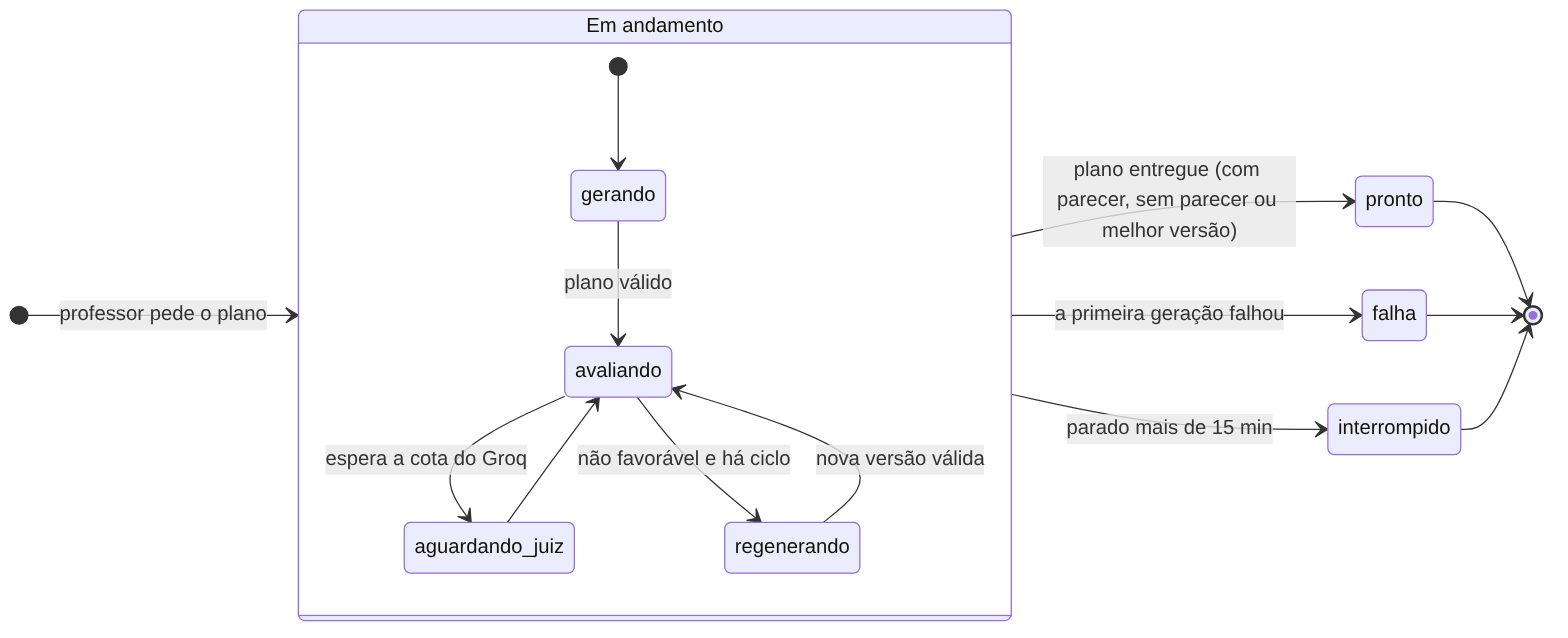
This is docs/diagramas/final/estados.png from Carneiro-Joao/tcc-plataforma-multiagente, a Mermaid export, as it was before one commit. Its source is kept beside it as docs/diagramas/final/estados.mmd. Source of this version:
```mermaid
stateDiagram-v2
    direction LR
    state "Em andamento" as andamento {
        [*] --> gerando
        gerando --> avaliando: plano válido
        avaliando --> aguardando_juiz: espera a cota do Groq
        aguardando_juiz --> avaliando
        avaliando --> regenerando: não favorável e há ciclo
        regenerando --> avaliando: nova versão válida
    }
    [*] --> andamento: professor pede o plano
    andamento --> pronto: plano entregue (com parecer, sem parecer ou melhor versão)
    andamento --> falha: a primeira geração falhou
    andamento --> interrompido: parado mais de 15 min
    pronto --> [*]
    falha --> [*]
    interrompido --> [*]
```
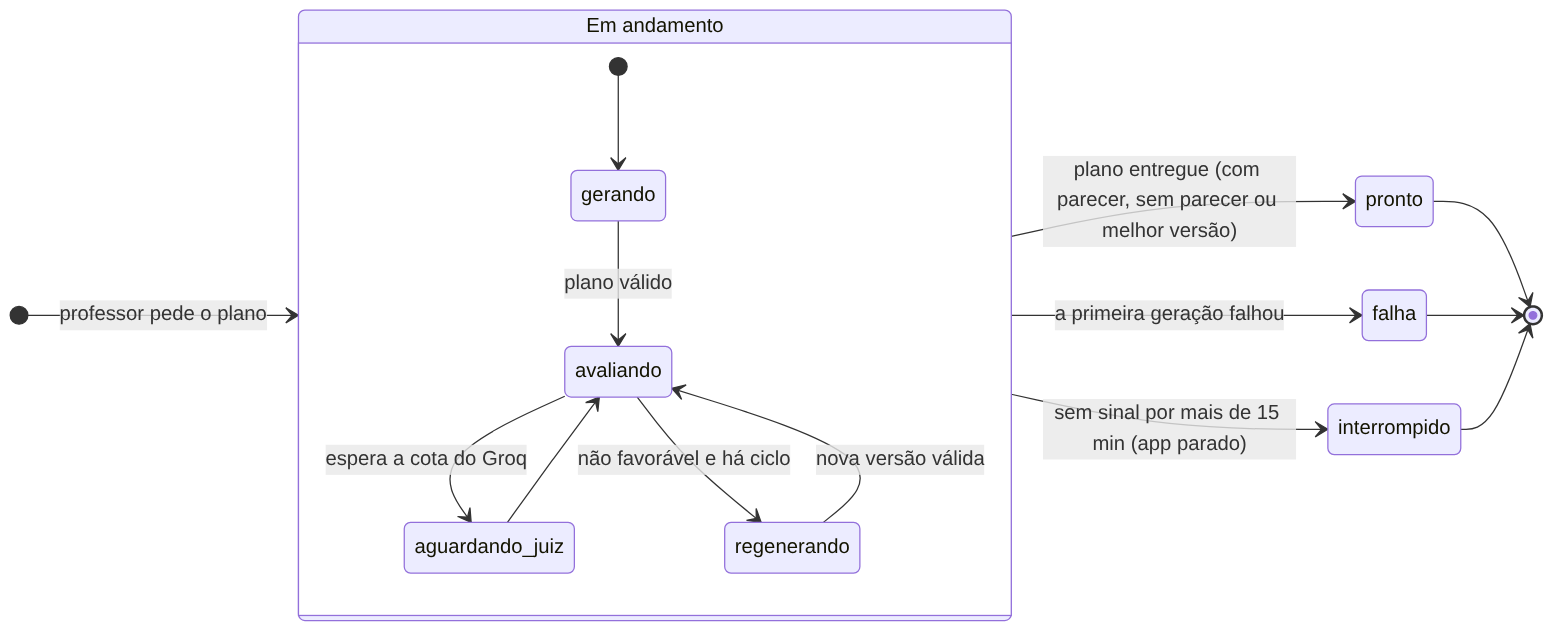
The same diagram one commit later.

Commit message:
docs(diagramas): estado interrompido = sem sinal por mais de 15 min (app parado), conforme C4

Diff of the diagram source:
```diff
@@ -11,7 +11,7 @@
     [*] --> andamento: professor pede o plano
     andamento --> pronto: plano entregue (com parecer, sem parecer ou melhor versão)
     andamento --> falha: a primeira geração falhou
-    andamento --> interrompido: parado mais de 15 min
+    andamento --> interrompido: sem sinal por mais de 15 min (app parado)
     pronto --> [*]
     falha --> [*]
     interrompido --> [*]
```
